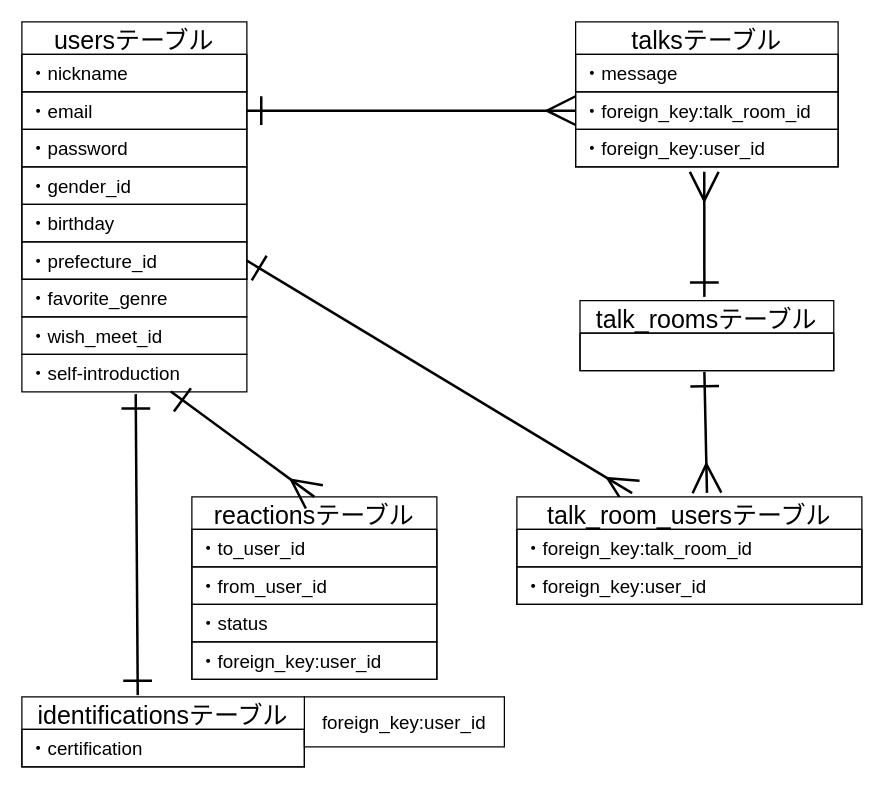
suzuka1621/UMAREN1 keeps this draw.io diagram as page "ER図" (1 of 2) of umaren.dio. Above is the earlier version. Source tidied: cells renumbered, new cells numbered last; positions are measured from the earlier drawing's top-left corner, leaving out a move shared by most shapes. Both pictures are drawn from the tidied source at 125%, with x=0, y=0 at pixel (21, 21).
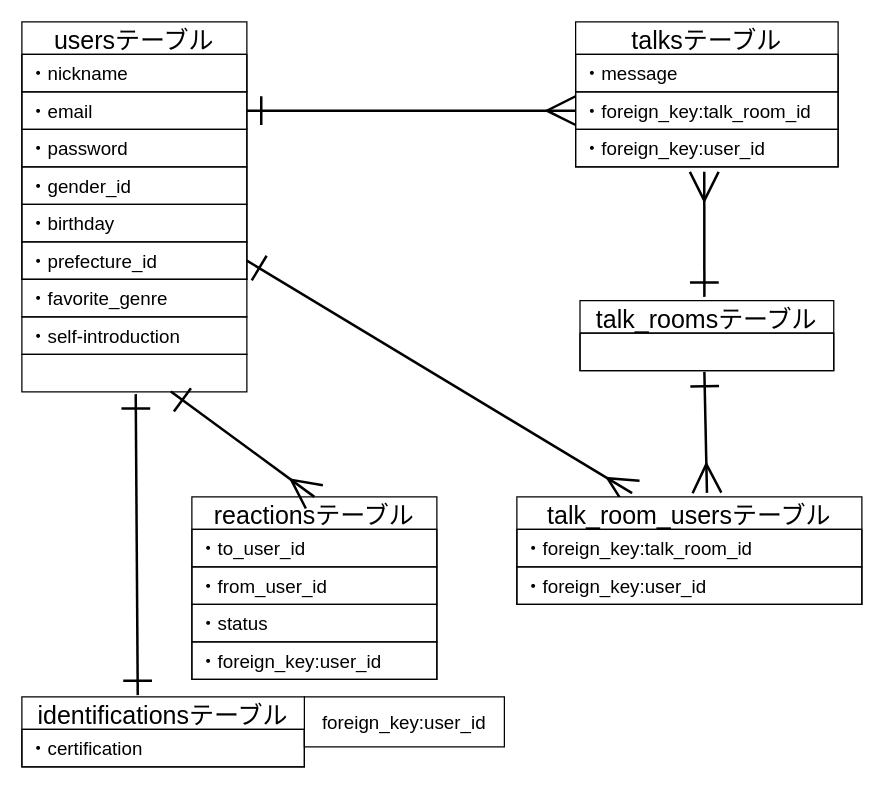
The same diagram, later.

Diff of the diagram source:
```diff
@@
-    <mxCell id="23" value="・wish_meet_id" style="text;strokeColor=default;fillColor=none;spacingLeft=4;spacingRight=4;overflow=hidden;fontSize=15;" parent="1" vertex="1">
+    <mxCell id="23" value="・self-introduction" style="text;strokeColor=default;fillColor=none;spacingLeft=4;spacingRight=4;overflow=hidden;fontSize=15;" parent="1" vertex="1">
       <mxGeometry y="236" width="180" height="30" as="geometry" />
     </mxCell>
-    <mxCell id="24" value="・self-introduction" style="text;strokeColor=default;fillColor=none;spacingLeft=4;spacingRight=4;overflow=hidden;points=[[0,0.5],[1,0.5]];portConstraint=eastwest;fontSize=15;" parent="1" vertex="1">
+    <mxCell id="24" style="text;strokeColor=default;fillColor=none;spacingLeft=4;spacingRight=4;overflow=hidden;points=[[0,0.5],[1,0.5]];portConstraint=eastwest;fontSize=15;" parent="1" vertex="1">
       <mxGeometry y="266" width="180" height="30" as="geometry" />
     </mxCell>
```
